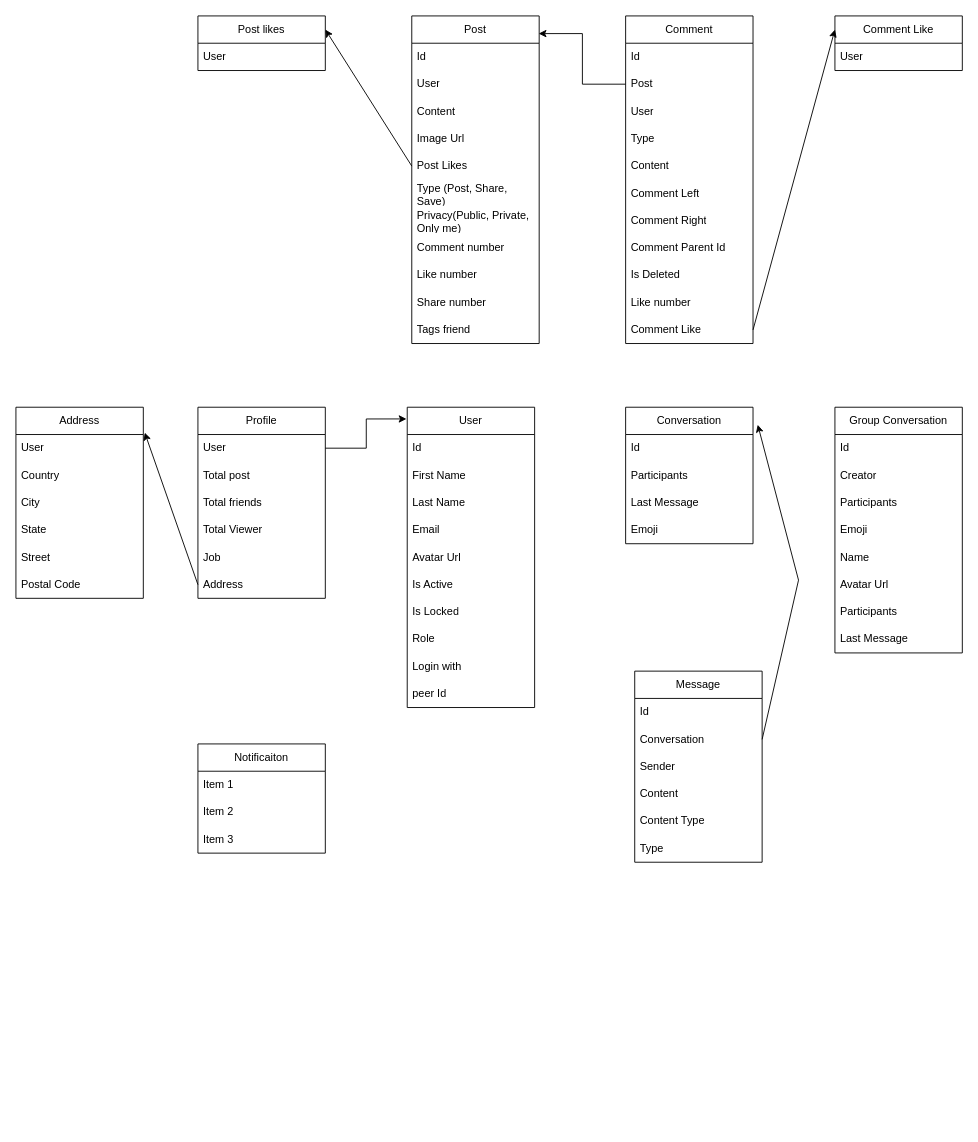
Before: chat-app-server/socialMedia.drawio in hoangdat12/chat-app, a draw.io diagram. Source tidied: cells renumbered, new cells numbered last; positions are measured from the earlier drawing's top-left corner, leaving out a move shared by most shapes. Both pictures are drawn from the tidied source at 91%, with x=0, y=0 at pixel (15, 15).
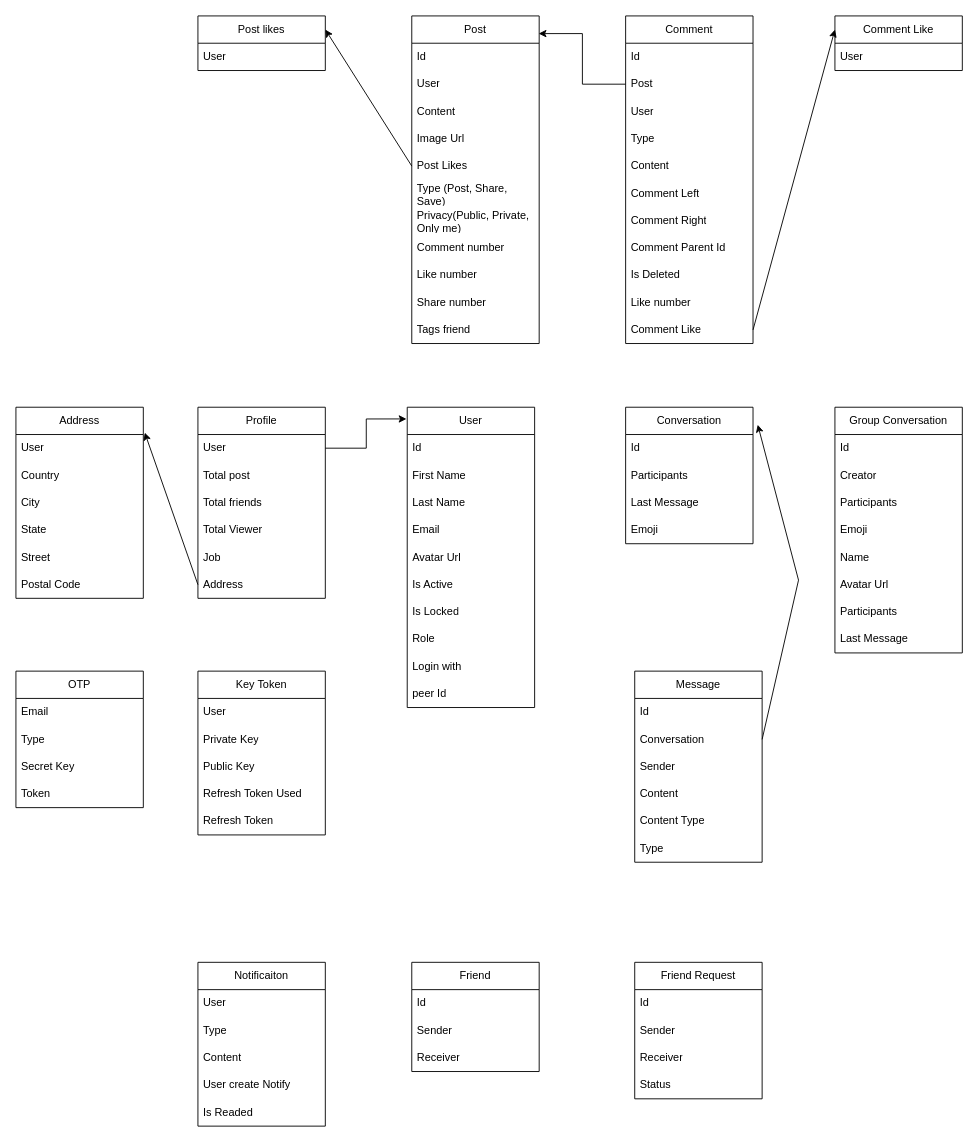
After the change.

Change to the diagram source:
```diff
@@
     <mxCell id="82" value="Notificaiton" style="swimlane;fontStyle=0;horizontal=1;startSize=30;whiteSpace=wrap;html=1;" parent="1" vertex="1">
-      <mxGeometry x="200" y="800" width="140" height="120" as="geometry" />
+      <mxGeometry x="200" y="1040" width="140" height="180" as="geometry" />
     </mxCell>
-    <mxCell id="83" value="Item 1" style="text;strokeColor=none;fillColor=none;align=left;verticalAlign=middle;spacingLeft=4;spacingRight=4;overflow=hidden;whiteSpace=wrap;html=1;" parent="82" vertex="1">
+    <mxCell id="83" value="User" style="text;strokeColor=none;fillColor=none;align=left;verticalAlign=middle;spacingLeft=4;spacingRight=4;overflow=hidden;whiteSpace=wrap;html=1;" parent="82" vertex="1">
       <mxGeometry y="30" width="140" height="30" as="geometry" />
     </mxCell>
-    <mxCell id="84" value="Item 2" style="text;strokeColor=none;fillColor=none;align=left;verticalAlign=middle;spacingLeft=4;spacingRight=4;overflow=hidden;whiteSpace=wrap;html=1;" parent="82" vertex="1">
+    <mxCell id="84" value="Type" style="text;strokeColor=none;fillColor=none;align=left;verticalAlign=middle;spacingLeft=4;spacingRight=4;overflow=hidden;whiteSpace=wrap;html=1;" parent="82" vertex="1">
       <mxGeometry y="60" width="140" height="30" as="geometry" />
     </mxCell>
-    <mxCell id="85" value="Item 3" style="text;strokeColor=none;fillColor=none;align=left;verticalAlign=middle;spacingLeft=4;spacingRight=4;overflow=hidden;whiteSpace=wrap;html=1;" parent="82" vertex="1">
+    <mxCell id="85" value="Content" style="text;strokeColor=none;fillColor=none;align=left;verticalAlign=middle;spacingLeft=4;spacingRight=4;overflow=hidden;whiteSpace=wrap;html=1;" parent="82" vertex="1">
       <mxGeometry y="90" width="140" height="30" as="geometry" />
     </mxCell>
+    <mxCell id="86" value="User create Notify" style="text;strokeColor=none;fillColor=none;align=left;verticalAlign=middle;spacingLeft=4;spacingRight=4;overflow=hidden;whiteSpace=wrap;html=1;" parent="82" vertex="1">
+      <mxGeometry y="120" width="140" height="30" as="geometry" />
+    </mxCell>
+    <mxCell id="87" value="Is Readed" style="text;strokeColor=none;fillColor=none;align=left;verticalAlign=middle;spacingLeft=4;spacingRight=4;overflow=hidden;whiteSpace=wrap;html=1;" parent="82" vertex="1">
+      <mxGeometry y="150" width="140" height="30" as="geometry" />
+    </mxCell>
+    <mxCell id="88" value="Friend" style="swimlane;fontStyle=0;horizontal=1;startSize=30;whiteSpace=wrap;html=1;" parent="1" vertex="1">
+      <mxGeometry x="435" y="1040" width="140" height="120" as="geometry" />
+    </mxCell>
+    <mxCell id="89" value="Id" style="text;strokeColor=none;fillColor=none;align=left;verticalAlign=middle;spacingLeft=4;spacingRight=4;overflow=hidden;whiteSpace=wrap;html=1;" parent="88" vertex="1">
+      <mxGeometry y="30" width="140" height="30" as="geometry" />
+    </mxCell>
+    <mxCell id="90" value="Sender" style="text;strokeColor=none;fillColor=none;align=left;verticalAlign=middle;spacingLeft=4;spacingRight=4;overflow=hidden;whiteSpace=wrap;html=1;" parent="88" vertex="1">
+      <mxGeometry y="60" width="140" height="30" as="geometry" />
+    </mxCell>
+    <mxCell id="91" value="Receiver" style="text;strokeColor=none;fillColor=none;align=left;verticalAlign=middle;spacingLeft=4;spacingRight=4;overflow=hidden;whiteSpace=wrap;html=1;" parent="88" vertex="1">
+      <mxGeometry y="90" width="140" height="30" as="geometry" />
+    </mxCell>
+    <mxCell id="92" value="Friend Request" style="swimlane;fontStyle=0;horizontal=1;startSize=30;whiteSpace=wrap;html=1;" parent="1" vertex="1">
+      <mxGeometry x="680" y="1040" width="140" height="150" as="geometry" />
+    </mxCell>
+    <mxCell id="93" value="Id" style="text;strokeColor=none;fillColor=none;align=left;verticalAlign=middle;spacingLeft=4;spacingRight=4;overflow=hidden;whiteSpace=wrap;html=1;" parent="92" vertex="1">
+      <mxGeometry y="30" width="140" height="30" as="geometry" />
+    </mxCell>
+    <mxCell id="94" value="Sender" style="text;strokeColor=none;fillColor=none;align=left;verticalAlign=middle;spacingLeft=4;spacingRight=4;overflow=hidden;whiteSpace=wrap;html=1;" parent="92" vertex="1">
+      <mxGeometry y="60" width="140" height="30" as="geometry" />
+    </mxCell>
+    <mxCell id="95" value="Receiver" style="text;strokeColor=none;fillColor=none;align=left;verticalAlign=middle;spacingLeft=4;spacingRight=4;overflow=hidden;whiteSpace=wrap;html=1;" parent="92" vertex="1">
+      <mxGeometry y="90" width="140" height="30" as="geometry" />
+    </mxCell>
+    <mxCell id="96" value="Status" style="text;strokeColor=none;fillColor=none;align=left;verticalAlign=middle;spacingLeft=4;spacingRight=4;overflow=hidden;whiteSpace=wrap;html=1;" parent="92" vertex="1">
+      <mxGeometry y="120" width="140" height="30" as="geometry" />
+    </mxCell>
+    <mxCell id="97" value="Key Token" style="swimlane;fontStyle=0;horizontal=1;startSize=30;whiteSpace=wrap;html=1;" parent="1" vertex="1">
+      <mxGeometry x="200" y="720" width="140" height="180" as="geometry" />
+    </mxCell>
+    <mxCell id="98" value="User" style="text;strokeColor=none;fillColor=none;align=left;verticalAlign=middle;spacingLeft=4;spacingRight=4;overflow=hidden;whiteSpace=wrap;html=1;" parent="97" vertex="1">
+      <mxGeometry y="30" width="140" height="30" as="geometry" />
+    </mxCell>
+    <mxCell id="99" value="Private Key" style="text;strokeColor=none;fillColor=none;align=left;verticalAlign=middle;spacingLeft=4;spacingRight=4;overflow=hidden;whiteSpace=wrap;html=1;" parent="97" vertex="1">
+      <mxGeometry y="60" width="140" height="30" as="geometry" />
+    </mxCell>
+    <mxCell id="100" value="Public Key" style="text;strokeColor=none;fillColor=none;align=left;verticalAlign=middle;spacingLeft=4;spacingRight=4;overflow=hidden;whiteSpace=wrap;html=1;" parent="97" vertex="1">
+      <mxGeometry y="90" width="140" height="30" as="geometry" />
+    </mxCell>
+    <mxCell id="101" value="Refresh Token Used" style="text;strokeColor=none;fillColor=none;align=left;verticalAlign=middle;spacingLeft=4;spacingRight=4;overflow=hidden;whiteSpace=wrap;html=1;" parent="97" vertex="1">
+      <mxGeometry y="120" width="140" height="30" as="geometry" />
+    </mxCell>
+    <mxCell id="102" value="Refresh Token" style="text;strokeColor=none;fillColor=none;align=left;verticalAlign=middle;spacingLeft=4;spacingRight=4;overflow=hidden;whiteSpace=wrap;html=1;" parent="97" vertex="1">
+      <mxGeometry y="150" width="140" height="30" as="geometry" />
+    </mxCell>
+    <mxCell id="103" value="OTP" style="swimlane;fontStyle=0;horizontal=1;startSize=30;whiteSpace=wrap;html=1;" parent="1" vertex="1">
+      <mxGeometry y="720" width="140" height="150" as="geometry" />
+    </mxCell>
+    <mxCell id="104" value="Email" style="text;strokeColor=none;fillColor=none;align=left;verticalAlign=middle;spacingLeft=4;spacingRight=4;overflow=hidden;whiteSpace=wrap;html=1;" parent="103" vertex="1">
+      <mxGeometry y="30" width="140" height="30" as="geometry" />
+    </mxCell>
+    <mxCell id="105" value="Type" style="text;strokeColor=none;fillColor=none;align=left;verticalAlign=middle;spacingLeft=4;spacingRight=4;overflow=hidden;whiteSpace=wrap;html=1;" parent="103" vertex="1">
+      <mxGeometry y="60" width="140" height="30" as="geometry" />
+    </mxCell>
+    <mxCell id="106" value="Secret Key" style="text;strokeColor=none;fillColor=none;align=left;verticalAlign=middle;spacingLeft=4;spacingRight=4;overflow=hidden;whiteSpace=wrap;html=1;" parent="103" vertex="1">
+      <mxGeometry y="90" width="140" height="30" as="geometry" />
+    </mxCell>
+    <mxCell id="107" value="Token" style="text;strokeColor=none;fillColor=none;align=left;verticalAlign=middle;spacingLeft=4;spacingRight=4;overflow=hidden;whiteSpace=wrap;html=1;" parent="103" vertex="1">
+      <mxGeometry y="120" width="140" height="30" as="geometry" />
+    </mxCell>
```
